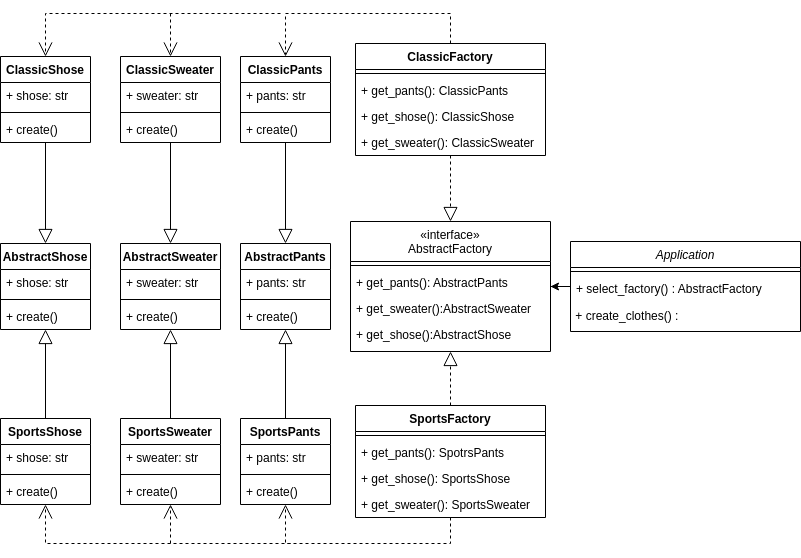
This is Creational/Diagrams/Abstract_Factory.drawio.png from romankylik/Pattern, a draw.io export, as it was before one commit. Source tidied: cells renumbered, new cells last; positions are measured from the earlier drawing's top-left corner, leaving out a move shared by most shapes.
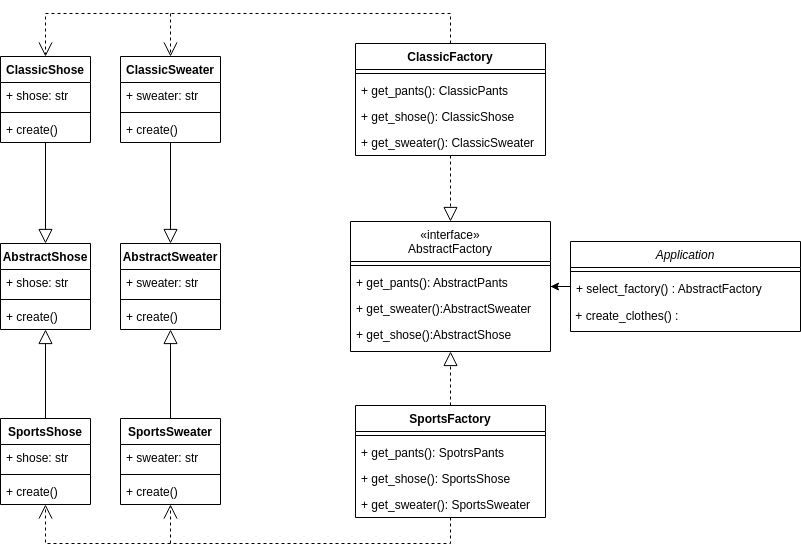
Later version of the same file.

The edit, as a diff of the source:
```diff
@@ -68,18 +68,6 @@
     <mxCell id="23" style="endArrow=block;dashed=1;endFill=0;endSize=12;html=1;rounded=0;" parent="1" edge="1" source="18" target="7">
       <mxGeometry relative="1" as="geometry" />
     </mxCell>
-    <mxCell id="24" value="AbstractPants" style="swimlane;fontStyle=1;align=center;verticalAlign=top;horizontal=1;startSize=26;whiteSpace=wrap;html=1;" parent="1" vertex="1">
-      <mxGeometry x="240" y="230" width="90" height="86" as="geometry" />
-    </mxCell>
-    <mxCell id="25" value="+&amp;nbsp;pants: str" style="text;strokeColor=none;fillColor=none;align=left;verticalAlign=top;spacingLeft=4;spacingRight=4;overflow=hidden;whiteSpace=wrap;html=1;" parent="24" vertex="1">
-      <mxGeometry y="26" width="90" height="26" as="geometry" />
-    </mxCell>
-    <mxCell id="26" style="line;strokeWidth=1;fillColor=none;align=left;verticalAlign=middle;spacingTop=-1;spacingLeft=3;spacingRight=3;labelPosition=right;strokeColor=inherit;" parent="24" vertex="1">
-      <mxGeometry y="52" width="90" height="8" as="geometry" />
-    </mxCell>
-    <mxCell id="27" value="+&amp;nbsp;create()" style="text;strokeColor=none;fillColor=none;align=left;verticalAlign=top;spacingLeft=4;spacingRight=4;overflow=hidden;whiteSpace=wrap;html=1;" parent="24" vertex="1">
-      <mxGeometry y="60" width="90" height="26" as="geometry" />
-    </mxCell>
     <mxCell id="28" value="AbstractShose" style="swimlane;fontStyle=1;align=center;verticalAlign=top;horizontal=1;startSize=26;whiteSpace=wrap;html=1;" parent="1" vertex="1">
       <mxGeometry y="230" width="90" height="86" as="geometry" />
     </mxCell>
@@ -104,18 +92,6 @@
     <mxCell id="35" value="+&amp;nbsp;create()" style="text;strokeColor=none;fillColor=none;align=left;verticalAlign=top;spacingLeft=4;spacingRight=4;overflow=hidden;whiteSpace=wrap;html=1;" parent="32" vertex="1">
       <mxGeometry y="60" width="100" height="26" as="geometry" />
     </mxCell>
-    <mxCell id="36" value="ClassicPants" style="swimlane;fontStyle=1;align=center;verticalAlign=top;horizontal=1;startSize=26;whiteSpace=wrap;html=1;" parent="1" vertex="1">
-      <mxGeometry x="240" y="43" width="90" height="86" as="geometry" />
-    </mxCell>
-    <mxCell id="37" value="+&amp;nbsp;pants: str" style="text;strokeColor=none;fillColor=none;align=left;verticalAlign=top;spacingLeft=4;spacingRight=4;overflow=hidden;whiteSpace=wrap;html=1;" parent="36" vertex="1">
-      <mxGeometry y="26" width="90" height="26" as="geometry" />
-    </mxCell>
-    <mxCell id="38" style="line;strokeWidth=1;fillColor=none;align=left;verticalAlign=middle;spacingTop=-1;spacingLeft=3;spacingRight=3;labelPosition=right;strokeColor=inherit;" parent="36" vertex="1">
-      <mxGeometry y="52" width="90" height="8" as="geometry" />
-    </mxCell>
-    <mxCell id="39" value="+&amp;nbsp;create()" style="text;strokeColor=none;fillColor=none;align=left;verticalAlign=top;spacingLeft=4;spacingRight=4;overflow=hidden;whiteSpace=wrap;html=1;" parent="36" vertex="1">
-      <mxGeometry y="60" width="90" height="26" as="geometry" />
-    </mxCell>
     <mxCell id="40" value="ClassicShose" style="swimlane;fontStyle=1;align=center;verticalAlign=top;horizontal=1;startSize=26;whiteSpace=wrap;html=1;" parent="1" vertex="1">
       <mxGeometry y="43" width="90" height="86" as="geometry" />
     </mxCell>
@@ -140,27 +116,12 @@
     <mxCell id="47" value="+&amp;nbsp;create()" style="text;strokeColor=none;fillColor=none;align=left;verticalAlign=top;spacingLeft=4;spacingRight=4;overflow=hidden;whiteSpace=wrap;html=1;" parent="44" vertex="1">
       <mxGeometry y="60" width="100" height="26" as="geometry" />
     </mxCell>
-    <mxCell id="48" style="endArrow=block;endFill=0;endSize=12;html=1;rounded=0;" parent="1" edge="1" source="36" target="24">
-      <mxGeometry relative="1" as="geometry" />
-    </mxCell>
     <mxCell id="49" style="endArrow=block;endFill=0;endSize=12;html=1;rounded=0;" parent="1" edge="1" source="44" target="32">
       <mxGeometry relative="1" as="geometry" />
     </mxCell>
     <mxCell id="50" style="endArrow=block;endFill=0;endSize=12;html=1;rounded=0;" parent="1" edge="1" source="40" target="28">
       <mxGeometry relative="1" as="geometry" />
     </mxCell>
-    <mxCell id="51" value="SportsPants" style="swimlane;fontStyle=1;align=center;verticalAlign=top;horizontal=1;startSize=26;whiteSpace=wrap;html=1;" parent="1" vertex="1">
-      <mxGeometry x="240" y="405" width="90" height="86" as="geometry" />
-    </mxCell>
-    <mxCell id="52" value="+&amp;nbsp;pants: str" style="text;strokeColor=none;fillColor=none;align=left;verticalAlign=top;spacingLeft=4;spacingRight=4;overflow=hidden;whiteSpace=wrap;html=1;" parent="51" vertex="1">
-      <mxGeometry y="26" width="90" height="26" as="geometry" />
-    </mxCell>
-    <mxCell id="53" style="line;strokeWidth=1;fillColor=none;align=left;verticalAlign=middle;spacingTop=-1;spacingLeft=3;spacingRight=3;labelPosition=right;strokeColor=inherit;" parent="51" vertex="1">
-      <mxGeometry y="52" width="90" height="8" as="geometry" />
-    </mxCell>
-    <mxCell id="54" value="+&amp;nbsp;create()" style="text;strokeColor=none;fillColor=none;align=left;verticalAlign=top;spacingLeft=4;spacingRight=4;overflow=hidden;whiteSpace=wrap;html=1;" parent="51" vertex="1">
-      <mxGeometry y="60" width="90" height="26" as="geometry" />
-    </mxCell>
     <mxCell id="55" value="SportsShose" style="swimlane;fontStyle=1;align=center;verticalAlign=top;horizontal=1;startSize=26;whiteSpace=wrap;html=1;" parent="1" vertex="1">
       <mxGeometry y="405" width="90" height="86" as="geometry" />
     </mxCell>
@@ -185,53 +146,34 @@
     <mxCell id="62" value="+&amp;nbsp;create()" style="text;strokeColor=none;fillColor=none;align=left;verticalAlign=top;spacingLeft=4;spacingRight=4;overflow=hidden;whiteSpace=wrap;html=1;" parent="59" vertex="1">
       <mxGeometry y="60" width="100" height="26" as="geometry" />
     </mxCell>
-    <mxCell id="63" style="endArrow=block;endFill=0;endSize=12;html=1;rounded=0;" parent="1" edge="1" source="51" target="24">
-      <mxGeometry relative="1" as="geometry" />
-    </mxCell>
     <mxCell id="64" style="endArrow=block;endFill=0;endSize=12;html=1;rounded=0;" parent="1" edge="1" source="59" target="32">
       <mxGeometry relative="1" as="geometry" />
     </mxCell>
     <mxCell id="65" style="endArrow=block;endFill=0;endSize=12;html=1;rounded=0;" parent="1" edge="1" source="55" target="28">
       <mxGeometry relative="1" as="geometry" />
     </mxCell>
-    <mxCell id="66" style="endArrow=open;endFill=1;endSize=12;html=1;rounded=0;dashed=1;" parent="1" edge="1" source="18" target="36">
-      <mxGeometry relative="1" as="geometry">
-        <Array as="points">
-          <mxPoint x="450" />
-          <mxPoint x="285" />
-        </Array>
-      </mxGeometry>
-    </mxCell>
     <mxCell id="67" style="endArrow=open;endFill=1;endSize=12;html=1;rounded=0;dashed=1;" parent="1" edge="1" target="44">
       <mxGeometry relative="1" as="geometry">
         <mxPoint x="170" as="sourcePoint" />
       </mxGeometry>
     </mxCell>
-    <mxCell id="68" style="endArrow=open;endFill=1;endSize=12;html=1;rounded=0;dashed=1;" parent="1" edge="1" target="40">
+    <mxCell id="68" style="endArrow=open;endFill=1;endSize=12;html=1;rounded=0;dashed=1;" parent="1" edge="1" source="18" target="40">
       <mxGeometry relative="1" as="geometry">
-        <mxPoint x="280" as="sourcePoint" />
         <Array as="points">
+          <mxPoint x="450" />
           <mxPoint x="45" />
         </Array>
       </mxGeometry>
     </mxCell>
-    <mxCell id="69" style="endArrow=open;endFill=1;endSize=12;html=1;rounded=0;dashed=1;" parent="1" edge="1" source="12" target="51">
-      <mxGeometry relative="1" as="geometry">
-        <Array as="points">
-          <mxPoint x="450" y="530" />
-          <mxPoint x="285" y="530" />
-        </Array>
-      </mxGeometry>
-    </mxCell>
     <mxCell id="70" style="endArrow=open;endFill=1;endSize=12;html=1;rounded=0;dashed=1;" parent="1" edge="1" target="59">
       <mxGeometry relative="1" as="geometry">
         <mxPoint x="170" y="530" as="sourcePoint" />
       </mxGeometry>
     </mxCell>
-    <mxCell id="71" style="endArrow=open;endFill=1;endSize=12;html=1;rounded=0;dashed=1;" parent="1" edge="1" target="55">
+    <mxCell id="71" style="endArrow=open;endFill=1;endSize=12;html=1;rounded=0;dashed=1;" parent="1" edge="1" source="12" target="55">
       <mxGeometry relative="1" as="geometry">
-        <mxPoint x="290" y="530" as="sourcePoint" />
         <Array as="points">
+          <mxPoint x="450" y="530" />
           <mxPoint x="45" y="530" />
         </Array>
       </mxGeometry>
```
